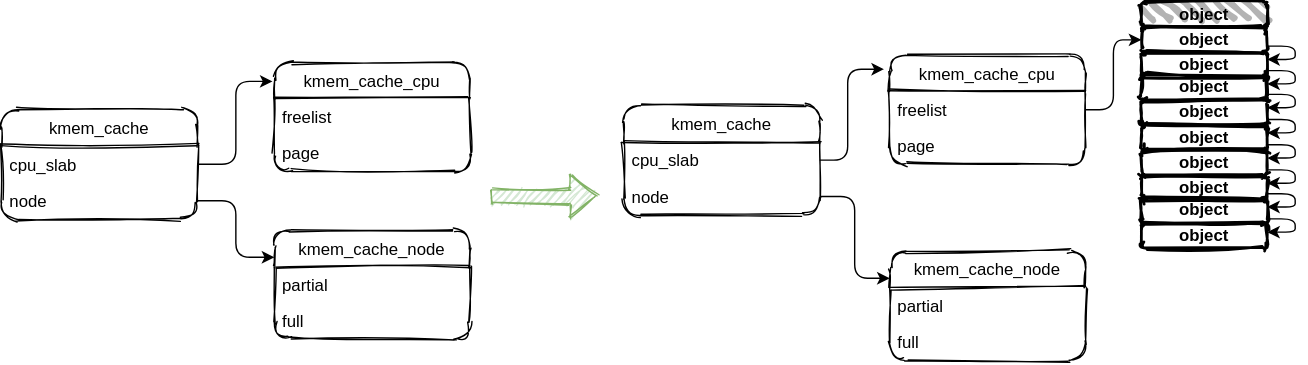
Before: linux-2.x/slub/pic/alloc_first.svg, a diagram exported from draw.io (vernon2gh/note). Source tidied: cells renumbered, new cells last; positions are measured from the earlier drawing's top-left corner, leaving out a move shared by most shapes.
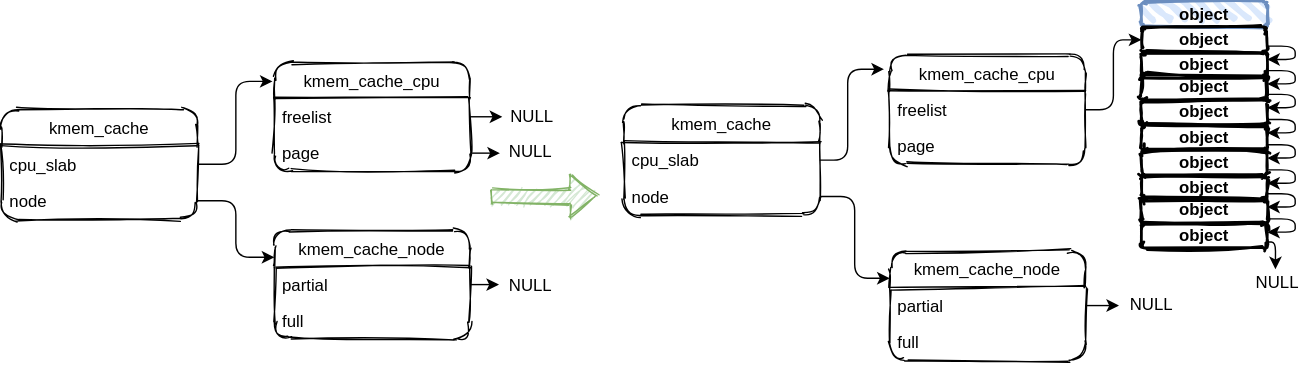
After the change.

Commit message:
Fixed: slub alloc object

The edit, as a diff of the source:
```diff
@@ -29,7 +29,7 @@
     <mxCell id="10" value="full" style="text;strokeColor=none;fillColor=none;align=left;verticalAlign=top;spacingLeft=4;spacingRight=4;overflow=hidden;" parent="8" vertex="1">
       <mxGeometry y="52" width="140" height="26" as="geometry" />
     </mxCell>
-    <mxCell id="11" value="&lt;b&gt;object&lt;/b&gt;" style="rounded=1;whiteSpace=wrap;html=1;strokeWidth=2;fillWeight=4;hachureGap=8;hachureAngle=45;sketch=1;glass=0;shadow=0;fillColor=#B3B3B3;" parent="1" vertex="1">
+    <mxCell id="11" value="&lt;b&gt;object&lt;/b&gt;" style="rounded=1;whiteSpace=wrap;html=1;strokeWidth=2;fillWeight=4;hachureGap=8;hachureAngle=45;sketch=1;glass=0;shadow=0;fillColor=#dae8fc;strokeColor=#6c8ebf;" parent="1" vertex="1">
       <mxGeometry x="815" width="90" height="18" as="geometry" />
     </mxCell>
     <mxCell id="12" style="edgeStyle=orthogonalEdgeStyle;rounded=1;jettySize=auto;html=1;exitX=1;exitY=0.75;exitDx=0;exitDy=0;entryX=1;entryY=0.25;entryDx=0;entryDy=0;strokeWidth=1;jumpStyle=none;jumpSize=1;" parent="1" edge="1" source="13" target="14">
@@ -65,6 +65,9 @@
     <mxCell id="20" value="&lt;span&gt;&lt;b&gt;object&lt;/b&gt;&lt;/span&gt;" style="rounded=1;whiteSpace=wrap;html=1;strokeWidth=2;fillWeight=4;hachureGap=8;hachureAngle=45;sketch=1;glass=0;shadow=0;fillColor=none;" parent="1" vertex="1">
       <mxGeometry x="815" y="140" width="90" height="18" as="geometry" />
     </mxCell>
+    <mxCell id="44" style="edgeStyle=orthogonalEdgeStyle;rounded=1;jettySize=auto;html=1;exitX=1;exitY=0.75;exitDx=0;exitDy=0;entryX=0.473;entryY=-0.001;entryDx=0;entryDy=0;entryPerimeter=0;" parent="1" edge="1" source="21" target="48">
+      <mxGeometry relative="1" as="geometry" />
+    </mxCell>
     <mxCell id="21" value="&lt;span&gt;&lt;b&gt;object&lt;/b&gt;&lt;/span&gt;" style="rounded=1;whiteSpace=wrap;html=1;strokeWidth=2;fillWeight=4;hachureGap=8;hachureAngle=45;sketch=1;glass=0;shadow=0;fillColor=none;" parent="1" vertex="1">
       <mxGeometry x="815" y="158" width="90" height="18" as="geometry" />
     </mxCell>
@@ -168,6 +171,9 @@
     <mxCell id="34" value="node" style="text;strokeColor=none;fillColor=none;align=left;verticalAlign=top;spacingLeft=4;spacingRight=4;overflow=hidden;points=[[0,0.5],[1,0.5]];portConstraint=eastwest;" parent="32" vertex="1">
       <mxGeometry y="52" width="140" height="26" as="geometry" />
     </mxCell>
+    <mxCell id="45" style="edgeStyle=orthogonalEdgeStyle;rounded=0;jettySize=auto;html=1;exitX=1;exitY=0.5;exitDx=0;exitDy=0;entryX=0;entryY=0.535;entryDx=0;entryDy=0;entryPerimeter=0;" parent="1" edge="1" source="35" target="47">
+      <mxGeometry relative="1" as="geometry" />
+    </mxCell>
     <mxCell id="35" value="kmem_cache_cpu" style="swimlane;fontStyle=0;horizontal=1;startSize=26;rounded=1;shadow=0;sketch=1;glass=0;" parent="1" vertex="1">
       <mxGeometry x="195" y="43" width="140" height="78" as="geometry" />
     </mxCell>
@@ -177,6 +183,9 @@
     <mxCell id="37" value="page" style="text;strokeColor=none;fillColor=none;align=left;verticalAlign=top;spacingLeft=4;spacingRight=4;overflow=hidden;points=[[0,0.5],[1,0.5]];portConstraint=eastwest;" parent="35" vertex="1">
       <mxGeometry y="52" width="140" height="26" as="geometry" />
     </mxCell>
+    <mxCell id="46" style="edgeStyle=orthogonalEdgeStyle;rounded=0;jettySize=auto;html=1;exitX=1;exitY=0.5;exitDx=0;exitDy=0;entryX=-0.03;entryY=0.521;entryDx=0;entryDy=0;entryPerimeter=0;" parent="1" edge="1" source="38" target="51">
+      <mxGeometry relative="1" as="geometry" />
+    </mxCell>
     <mxCell id="38" value="kmem_cache_node" style="swimlane;fontStyle=0;horizontal=1;startSize=26;rounded=1;shadow=0;sketch=1;glass=0;" parent="1" vertex="1">
       <mxGeometry x="195" y="163" width="140" height="78" as="geometry" />
     </mxCell>
@@ -198,5 +207,26 @@
         <mxPoint x="426" y="139" as="targetPoint" />
       </mxGeometry>
     </mxCell>
+    <mxCell id="47" value="NULL" style="text;html=1;align=center;verticalAlign=middle;points=[];" parent="1" vertex="1">
+      <mxGeometry x="358" y="72.5" width="42" height="19" as="geometry" />
+    </mxCell>
+    <mxCell id="48" value="NULL" style="text;html=1;align=center;verticalAlign=middle;points=[];" parent="1" vertex="1">
+      <mxGeometry x="891" y="191" width="42" height="19" as="geometry" />
+    </mxCell>
+    <mxCell id="49" value="NULL" style="text;html=1;align=center;verticalAlign=middle;points=[];" parent="1" vertex="1">
+      <mxGeometry x="357" y="97" width="42" height="19" as="geometry" />
+    </mxCell>
+    <mxCell id="50" style="edgeStyle=orthogonalEdgeStyle;rounded=0;jettySize=auto;html=1;exitX=1;exitY=0.5;exitDx=0;exitDy=0;entryX=-0.017;entryY=0.623;entryDx=0;entryDy=0;entryPerimeter=0;" parent="1" edge="1" source="37" target="49">
+      <mxGeometry relative="1" as="geometry" />
+    </mxCell>
+    <mxCell id="51" value="NULL" style="text;html=1;align=center;verticalAlign=middle;points=[];" parent="1" vertex="1">
+      <mxGeometry x="357" y="193" width="42" height="19" as="geometry" />
+    </mxCell>
+    <mxCell id="52" value="NULL" style="text;html=1;align=center;verticalAlign=middle;points=[];" parent="1" vertex="1">
+      <mxGeometry x="801" y="207" width="42" height="19" as="geometry" />
+    </mxCell>
+    <mxCell id="53" style="edgeStyle=orthogonalEdgeStyle;rounded=0;jettySize=auto;html=1;exitX=1;exitY=0.5;exitDx=0;exitDy=0;entryX=-0.048;entryY=0.556;entryDx=0;entryDy=0;entryPerimeter=0;" parent="1" edge="1" source="9" target="52">
+      <mxGeometry relative="1" as="geometry" />
+    </mxCell>
   </root>
 </mxGraphModel>
```
